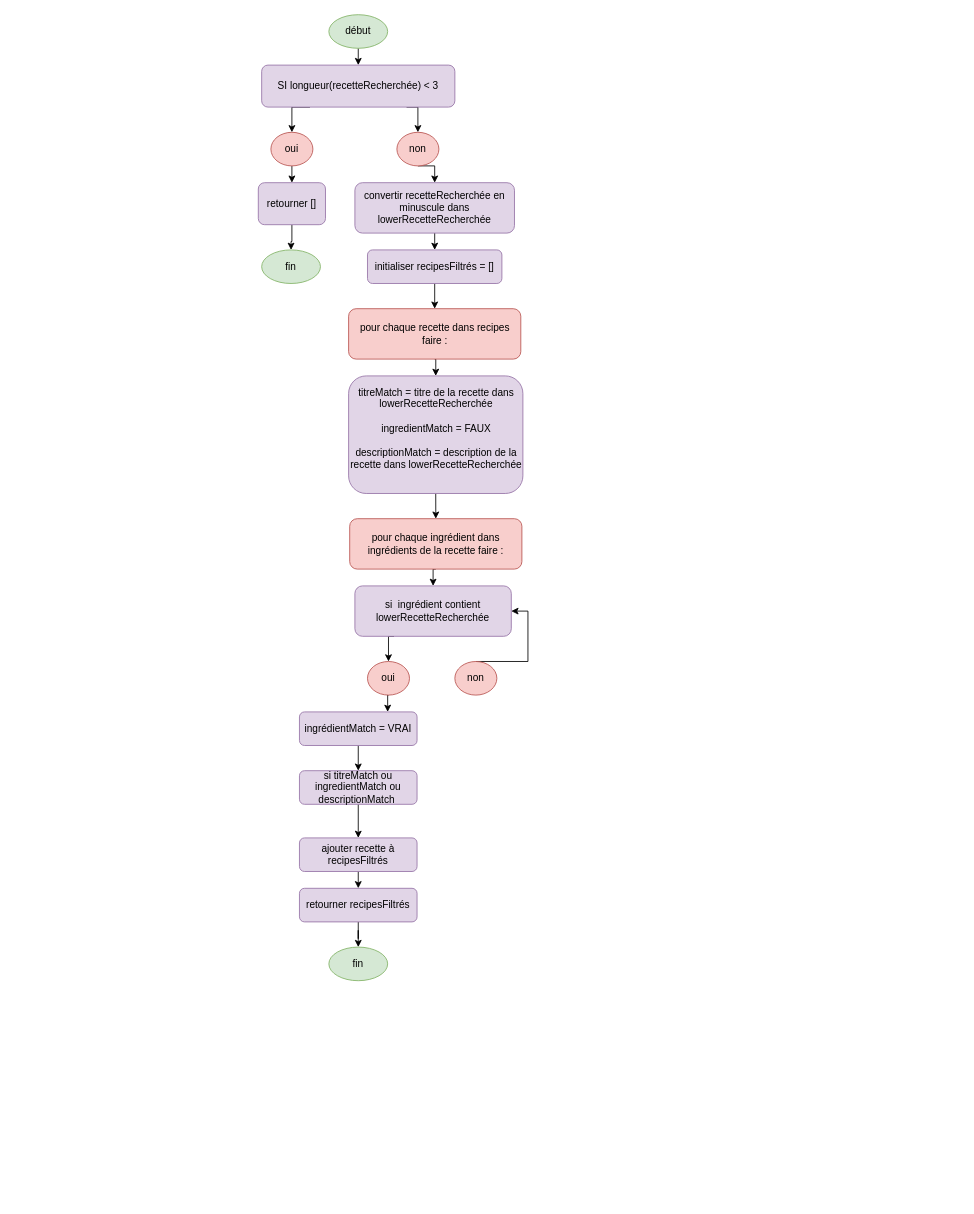
uu-0/lespetitsplats keeps this draw.io diagram as algorigrammes/rechercher_recette_boucles_natives.drawio. Above is the earlier version. Source tidied: cells renumbered, new cells numbered last; positions are measured from the earlier drawing's top-left corner, leaving out a move shared by most shapes. Both pictures are drawn from the tidied source at 84%, with x=0, y=0 at pixel (258, 14).
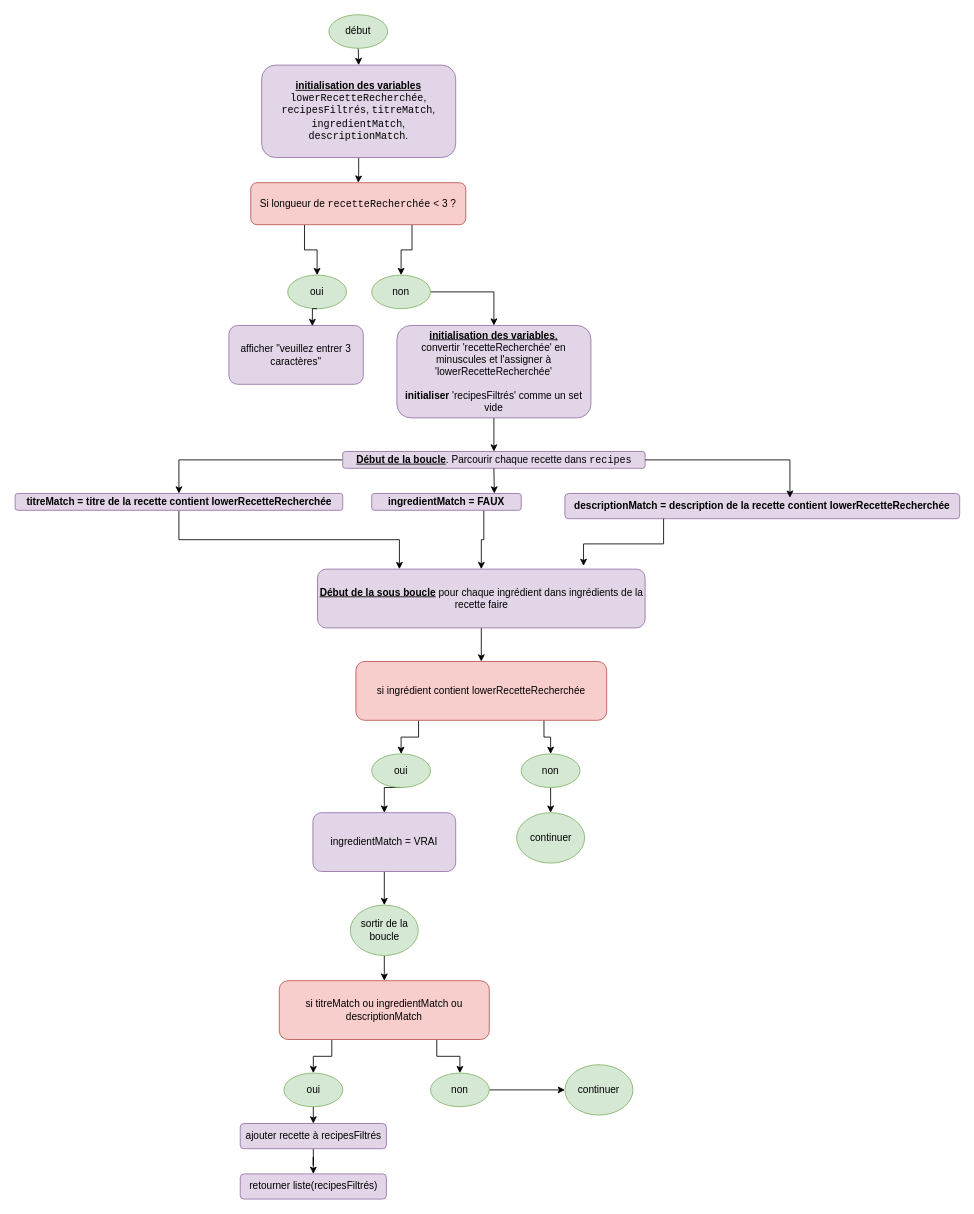
The same diagram, later.

Commit message:
étape 3: faire un algorigramme pour chacune des propositions #3

Diff of the diagram source:
```diff
@@
-    <mxCell id="4" style="edgeStyle=orthogonalEdgeStyle;rounded=0;jettySize=auto;html=1;exitX=0.25;exitY=1;exitDx=0;exitDy=0;entryX=0.5;entryY=0;entryDx=0;entryDy=0;" parent="1" edge="1" source="6" target="8">
-      <mxGeometry relative="1" as="geometry" />
-    </mxCell>
-    <mxCell id="5" style="edgeStyle=orthogonalEdgeStyle;rounded=0;jettySize=auto;html=1;exitX=0.75;exitY=1;exitDx=0;exitDy=0;entryX=0.5;entryY=0;entryDx=0;entryDy=0;" parent="1" edge="1" source="6" target="10">
-      <mxGeometry relative="1" as="geometry" />
-    </mxCell>
+    <mxCell id="39" style="edgeStyle=orthogonalEdgeStyle;rounded=0;jettySize=auto;html=1;" parent="1" edge="1" source="6" target="42">
+      <mxGeometry relative="1" as="geometry" />
+    </mxCell>
-    <mxCell id="6" value="SI longueur(recetteRecherchée) &amp;lt; 3" style="rounded=1;whiteSpace=wrap;html=1;fillColor=#e1d5e7;strokeColor=#9673a6;" parent="1" vertex="1">
-      <mxGeometry x="4" y="60" width="230" height="50" as="geometry" />
+    <mxCell id="6" value="&lt;b&gt;&lt;u&gt;initialisation des variables&lt;/u&gt;&lt;/b&gt; &lt;code&gt;lowerRecetteRecherchée&lt;/code&gt;, &lt;code&gt;recipesFiltrés&lt;/code&gt;, &lt;code&gt;titreMatch&lt;/code&gt;, &lt;code&gt;ingredientMatch&lt;/code&gt;, &lt;code&gt;descriptionMatch&lt;/code&gt;." style="rounded=1;whiteSpace=wrap;html=1;fillColor=#e1d5e7;strokeColor=#9673a6;" parent="1" vertex="1">
+      <mxGeometry x="4" y="60" width="231" height="110" as="geometry" />
     </mxCell>
-    <mxCell id="7" style="edgeStyle=orthogonalEdgeStyle;rounded=0;jettySize=auto;html=1;exitX=0.5;exitY=1;exitDx=0;exitDy=0;entryX=0.5;entryY=0;entryDx=0;entryDy=0;" parent="1" edge="1" source="8" target="12">
-      <mxGeometry relative="1" as="geometry" />
-    </mxCell>
-    <mxCell id="8" value="oui" style="ellipse;whiteSpace=wrap;html=1;fillColor=#f8cecc;strokeColor=#b85450;" parent="1" vertex="1">
-      <mxGeometry x="15" y="140" width="50" height="40" as="geometry" />
-    </mxCell>
-    <mxCell id="9" style="edgeStyle=orthogonalEdgeStyle;rounded=0;jettySize=auto;html=1;exitX=0.5;exitY=1;exitDx=0;exitDy=0;entryX=0.5;entryY=0;entryDx=0;entryDy=0;" parent="1" edge="1" source="10" target="15">
-      <mxGeometry relative="1" as="geometry" />
-    </mxCell>
-    <mxCell id="10" value="non" style="ellipse;whiteSpace=wrap;html=1;fillColor=#f8cecc;strokeColor=#b85450;" parent="1" vertex="1">
-      <mxGeometry x="165" y="140" width="50" height="40" as="geometry" />
-    </mxCell>
-    <mxCell id="11" style="edgeStyle=orthogonalEdgeStyle;rounded=0;jettySize=auto;html=1;" parent="1" edge="1" source="12" target="13">
-      <mxGeometry relative="1" as="geometry" />
-    </mxCell>
-    <mxCell id="12" value="retourner []" style="rounded=1;whiteSpace=wrap;html=1;fillColor=#e1d5e7;strokeColor=#9673a6;" parent="1" vertex="1">
-      <mxGeometry y="200" width="80" height="50" as="geometry" />
-    </mxCell>
-    <mxCell id="13" value="fin" style="ellipse;whiteSpace=wrap;html=1;fillColor=#d5e8d4;strokeColor=#82b366;" parent="1" vertex="1">
-      <mxGeometry x="4" y="280" width="70" height="40" as="geometry" />
-    </mxCell>
-    <mxCell id="14" style="edgeStyle=orthogonalEdgeStyle;rounded=0;jettySize=auto;html=1;exitX=0.5;exitY=1;exitDx=0;exitDy=0;entryX=0.5;entryY=0;entryDx=0;entryDy=0;" parent="1" edge="1" source="15" target="17">
-      <mxGeometry relative="1" as="geometry" />
-    </mxCell>
-    <mxCell id="15" value="convertir recetteRecherchée en minuscule dans lowerRecetteRecherchée" style="rounded=1;whiteSpace=wrap;html=1;fillColor=#e1d5e7;strokeColor=#9673a6;" parent="1" vertex="1">
-      <mxGeometry x="115" y="200" width="190" height="60" as="geometry" />
-    </mxCell>
-    <mxCell id="16" style="edgeStyle=orthogonalEdgeStyle;rounded=0;jettySize=auto;html=1;exitX=0.5;exitY=1;exitDx=0;exitDy=0;entryX=0.5;entryY=0;entryDx=0;entryDy=0;" parent="1" edge="1" source="17" target="19">
-      <mxGeometry relative="1" as="geometry" />
-    </mxCell>
-    <mxCell id="17" value="initialiser recipesFiltrés = []" style="rounded=1;whiteSpace=wrap;html=1;fillColor=#e1d5e7;strokeColor=#9673a6;" parent="1" vertex="1">
-      <mxGeometry x="130" y="280" width="160" height="40" as="geometry" />
-    </mxCell>
-    <mxCell id="18" style="edgeStyle=orthogonalEdgeStyle;rounded=0;jettySize=auto;html=1;exitX=0.5;exitY=1;exitDx=0;exitDy=0;entryX=0.5;entryY=0;entryDx=0;entryDy=0;" parent="1" edge="1" source="19" target="21">
-      <mxGeometry relative="1" as="geometry" />
-    </mxCell>
-    <mxCell id="19" value="pour chaque recette dans recipes faire :" style="rounded=1;whiteSpace=wrap;html=1;fillColor=#f8cecc;strokeColor=#b85450;" parent="1" vertex="1">
-      <mxGeometry x="107.5" y="350" width="205" height="60" as="geometry" />
-    </mxCell>
-    <mxCell id="20" style="edgeStyle=orthogonalEdgeStyle;rounded=0;jettySize=auto;html=1;exitX=0.5;exitY=1;exitDx=0;exitDy=0;entryX=0.5;entryY=0;entryDx=0;entryDy=0;" parent="1" edge="1" source="21" target="23">
-      <mxGeometry relative="1" as="geometry" />
-    </mxCell>
-    <mxCell id="21" value="titreMatch = titre de la recette dans lowerRecetteRecherchée&lt;div&gt;&lt;br&gt;&lt;div&gt;ingredientMatch = FAUX&lt;/div&gt;&lt;div&gt;&lt;br&gt;&lt;/div&gt;&lt;div&gt;descriptionMatch = description de la recette dans lowerRecetteRecherchée&lt;/div&gt;&lt;div&gt;&lt;br&gt;&lt;/div&gt;&lt;/div&gt;" style="rounded=1;whiteSpace=wrap;html=1;fillColor=#e1d5e7;strokeColor=#9673a6;" parent="1" vertex="1">
-      <mxGeometry x="107.5" y="430" width="207.5" height="140" as="geometry" />
-    </mxCell>
-    <mxCell id="22" style="edgeStyle=orthogonalEdgeStyle;rounded=0;jettySize=auto;html=1;exitX=0.5;exitY=1;exitDx=0;exitDy=0;entryX=0.5;entryY=0;entryDx=0;entryDy=0;" parent="1" edge="1" source="23" target="25">
-      <mxGeometry relative="1" as="geometry" />
-    </mxCell>
-    <mxCell id="23" value="pour chaque ingrédient dans ingrédients de la recette faire :" style="rounded=1;whiteSpace=wrap;html=1;fillColor=#f8cecc;strokeColor=#b85450;" parent="1" vertex="1">
-      <mxGeometry x="108.8" y="600" width="205" height="60" as="geometry" />
-    </mxCell>
-    <mxCell id="24" style="edgeStyle=orthogonalEdgeStyle;rounded=0;jettySize=auto;html=1;exitX=0.25;exitY=1;exitDx=0;exitDy=0;entryX=0.5;entryY=0;entryDx=0;entryDy=0;" parent="1" edge="1" source="25" target="27">
-      <mxGeometry relative="1" as="geometry" />
-    </mxCell>
+    <mxCell id="40" style="edgeStyle=orthogonalEdgeStyle;rounded=0;jettySize=auto;html=1;exitX=0.25;exitY=1;exitDx=0;exitDy=0;entryX=0.5;entryY=0;entryDx=0;entryDy=0;" parent="1" edge="1" source="42" target="43">
+      <mxGeometry relative="1" as="geometry" />
+    </mxCell>
+    <mxCell id="41" style="edgeStyle=orthogonalEdgeStyle;rounded=0;jettySize=auto;html=1;exitX=0.75;exitY=1;exitDx=0;exitDy=0;entryX=0.5;entryY=0;entryDx=0;entryDy=0;" parent="1" edge="1" source="42" target="45">
+      <mxGeometry relative="1" as="geometry" />
+    </mxCell>
+    <mxCell id="42" value="Si longueur de &lt;code&gt;recetteRecherchée&lt;/code&gt; &amp;lt; 3 ?" style="rounded=1;whiteSpace=wrap;html=1;fillColor=#f8cecc;strokeColor=#b85450;" parent="1" vertex="1">
+      <mxGeometry x="-9" y="200" width="256" height="50" as="geometry" />
+    </mxCell>
+    <mxCell id="43" value="oui" style="ellipse;whiteSpace=wrap;html=1;fillColor=#d5e8d4;strokeColor=#82b366;" parent="1" vertex="1">
+      <mxGeometry x="35" y="310" width="70" height="40" as="geometry" />
+    </mxCell>
+    <mxCell id="44" style="edgeStyle=orthogonalEdgeStyle;rounded=0;jettySize=auto;html=1;exitX=1;exitY=0.5;exitDx=0;exitDy=0;entryX=0.5;entryY=0;entryDx=0;entryDy=0;" parent="1" edge="1" source="45" target="49">
+      <mxGeometry relative="1" as="geometry" />
+    </mxCell>
+    <mxCell id="45" value="non" style="ellipse;whiteSpace=wrap;html=1;fillColor=#d5e8d4;strokeColor=#82b366;" parent="1" vertex="1">
+      <mxGeometry x="135" y="310" width="70" height="40" as="geometry" />
+    </mxCell>
+    <mxCell id="46" value="afficher &quot;veuillez entrer 3 caractères&quot;" style="rounded=1;whiteSpace=wrap;html=1;fillColor=#e1d5e7;strokeColor=#9673a6;" parent="1" vertex="1">
+      <mxGeometry x="-35" y="370" width="160" height="70" as="geometry" />
+    </mxCell>
+    <mxCell id="47" style="edgeStyle=orthogonalEdgeStyle;rounded=0;jettySize=auto;html=1;exitX=0.5;exitY=1;exitDx=0;exitDy=0;entryX=0.621;entryY=0.01;entryDx=0;entryDy=0;entryPerimeter=0;" parent="1" edge="1" source="43" target="46">
+      <mxGeometry relative="1" as="geometry" />
+    </mxCell>
+    <mxCell id="48" style="edgeStyle=orthogonalEdgeStyle;rounded=0;jettySize=auto;html=1;exitX=0.5;exitY=1;exitDx=0;exitDy=0;entryX=0.5;entryY=0;entryDx=0;entryDy=0;" parent="1" edge="1" source="49" target="51">
+      <mxGeometry relative="1" as="geometry" />
+    </mxCell>
+    <mxCell id="49" value="&lt;u&gt;&lt;b&gt;initialisation des variables&lt;/b&gt;,&lt;/u&gt;&lt;div&gt;&lt;div&gt;convertir 'recetteRecherchée' en minuscules et l'assigner à 'lowerRecetteRecherchée'&lt;/div&gt;&lt;div&gt;&lt;br&gt;&lt;/div&gt;&lt;div&gt;&lt;b&gt;initialiser &lt;/b&gt;'recipesFiltrés' comme un set vide&lt;/div&gt;&lt;/div&gt;" style="rounded=1;whiteSpace=wrap;html=1;fillColor=#e1d5e7;strokeColor=#9673a6;" parent="1" vertex="1">
+      <mxGeometry x="165" y="370" width="231" height="110" as="geometry" />
+    </mxCell>
+    <mxCell id="50" style="edgeStyle=orthogonalEdgeStyle;rounded=0;jettySize=auto;html=1;exitX=0;exitY=0.5;exitDx=0;exitDy=0;entryX=0.5;entryY=0;entryDx=0;entryDy=0;" parent="1" edge="1" source="51" target="53">
+      <mxGeometry relative="1" as="geometry" />
+    </mxCell>
+    <mxCell id="51" value="&lt;span style=&quot;text-align: left;&quot;&gt;&lt;b&gt;&lt;u&gt;Début de la boucle&lt;/u&gt;&lt;/b&gt;. Parcourir chaque recette dans&amp;nbsp;&lt;/span&gt;&lt;code style=&quot;text-align: left;&quot;&gt;recipes&lt;/code&gt;" style="rounded=1;whiteSpace=wrap;html=1;fillColor=#e1d5e7;strokeColor=#9673a6;" parent="1" vertex="1">
+      <mxGeometry x="100.5" y="520" width="360" height="20" as="geometry" />
+    </mxCell>
+    <mxCell id="52" style="edgeStyle=orthogonalEdgeStyle;rounded=0;jettySize=auto;html=1;exitX=0.5;exitY=1;exitDx=0;exitDy=0;entryX=0.25;entryY=0;entryDx=0;entryDy=0;" parent="1" edge="1" source="53" target="60">
+      <mxGeometry relative="1" as="geometry" />
+    </mxCell>
+    <mxCell id="53" value="&lt;div&gt;&lt;b&gt;titreMatch = titre de la recette contient lowerRecetteRecherchée&lt;/b&gt;&lt;/div&gt;" style="rounded=1;whiteSpace=wrap;html=1;fillColor=#e1d5e7;strokeColor=#9673a6;" parent="1" vertex="1">
+      <mxGeometry x="-289.5" y="570" width="390" height="20" as="geometry" />
+    </mxCell>
+    <mxCell id="54" style="edgeStyle=orthogonalEdgeStyle;rounded=0;jettySize=auto;html=1;exitX=0.75;exitY=1;exitDx=0;exitDy=0;entryX=0.5;entryY=0;entryDx=0;entryDy=0;" parent="1" edge="1" source="55" target="60">
+      <mxGeometry relative="1" as="geometry" />
+    </mxCell>
+    <mxCell id="55" value="&lt;div&gt;&lt;b&gt;ingredientMatch = FAUX&lt;/b&gt;&lt;/div&gt;" style="rounded=1;whiteSpace=wrap;html=1;fillColor=#e1d5e7;strokeColor=#9673a6;" parent="1" vertex="1">
+      <mxGeometry x="135" y="570" width="178" height="20" as="geometry" />
+    </mxCell>
+    <mxCell id="56" value="&lt;div&gt;&lt;b&gt;descriptionMatch = description de la recette contient lowerRecetteRecherchée&lt;/b&gt;&lt;/div&gt;" style="rounded=1;whiteSpace=wrap;html=1;fillColor=#e1d5e7;strokeColor=#9673a6;" parent="1" vertex="1">
+      <mxGeometry x="365" y="570" width="470" height="30" as="geometry" />
+    </mxCell>
+    <mxCell id="57" style="edgeStyle=orthogonalEdgeStyle;rounded=0;jettySize=auto;html=1;exitX=0.5;exitY=1;exitDx=0;exitDy=0;entryX=0.82;entryY=0;entryDx=0;entryDy=0;entryPerimeter=0;" parent="1" edge="1" source="51" target="55">
+      <mxGeometry relative="1" as="geometry" />
+    </mxCell>
+    <mxCell id="58" style="edgeStyle=orthogonalEdgeStyle;rounded=0;jettySize=auto;html=1;exitX=1;exitY=0.5;exitDx=0;exitDy=0;entryX=0.57;entryY=0.167;entryDx=0;entryDy=0;entryPerimeter=0;" parent="1" edge="1" source="51" target="56">
+      <mxGeometry relative="1" as="geometry" />
+    </mxCell>
+    <mxCell id="59" style="edgeStyle=orthogonalEdgeStyle;rounded=0;jettySize=auto;html=1;exitX=0.5;exitY=1;exitDx=0;exitDy=0;entryX=0.5;entryY=0;entryDx=0;entryDy=0;" parent="1" edge="1" source="60" target="25">
+      <mxGeometry relative="1" as="geometry" />
+    </mxCell>
+    <mxCell id="60" value="&lt;span style=&quot;text-align: left;&quot;&gt;&lt;u style=&quot;font-weight: bold;&quot;&gt;Début de la sous boucle&lt;/u&gt;&amp;nbsp;pour chaque ingrédient dans ingrédients de la recette faire&lt;/span&gt;" style="rounded=1;whiteSpace=wrap;html=1;fillColor=#e1d5e7;strokeColor=#9673a6;" parent="1" vertex="1">
+      <mxGeometry x="70.5" y="660" width="390" height="70" as="geometry" />
+    </mxCell>
+    <mxCell id="61" style="edgeStyle=orthogonalEdgeStyle;rounded=0;jettySize=auto;html=1;exitX=0.25;exitY=1;exitDx=0;exitDy=0;entryX=0.812;entryY=-0.054;entryDx=0;entryDy=0;entryPerimeter=0;" parent="1" edge="1" source="56" target="60">
+      <mxGeometry relative="1" as="geometry" />
+    </mxCell>
+    <mxCell id="62" style="edgeStyle=orthogonalEdgeStyle;rounded=0;jettySize=auto;html=1;exitX=0.25;exitY=1;exitDx=0;exitDy=0;entryX=0.5;entryY=0;entryDx=0;entryDy=0;" parent="1" edge="1" source="25" target="65">
+      <mxGeometry relative="1" as="geometry" />
+    </mxCell>
+    <mxCell id="63" style="edgeStyle=orthogonalEdgeStyle;rounded=0;jettySize=auto;html=1;exitX=0.75;exitY=1;exitDx=0;exitDy=0;entryX=0.5;entryY=0;entryDx=0;entryDy=0;" parent="1" edge="1" source="25" target="67">
+      <mxGeometry relative="1" as="geometry" />
+    </mxCell>
-    <mxCell id="25" value="si&amp;nbsp; ingrédient contient lowerRecetteRecherchée" style="rounded=1;whiteSpace=wrap;html=1;fillColor=#e1d5e7;strokeColor=#9673a6;" parent="1" vertex="1">
-      <mxGeometry x="115" y="680" width="186.2" height="60" as="geometry" />
+    <mxCell id="25" value="si ingrédient contient lowerRecetteRecherchée" style="rounded=1;whiteSpace=wrap;html=1;fillColor=#f8cecc;strokeColor=#b85450;" parent="1" vertex="1">
+      <mxGeometry x="116.2" y="770" width="298.5" height="70" as="geometry" />
     </mxCell>
-    <mxCell id="26" style="edgeStyle=orthogonalEdgeStyle;rounded=0;jettySize=auto;html=1;exitX=0.5;exitY=1;exitDx=0;exitDy=0;entryX=0.75;entryY=0;entryDx=0;entryDy=0;" parent="1" edge="1" source="27" target="31">
-      <mxGeometry relative="1" as="geometry" />
-    </mxCell>
-    <mxCell id="27" value="oui" style="ellipse;whiteSpace=wrap;html=1;fillColor=#f8cecc;strokeColor=#b85450;" parent="1" vertex="1">
-      <mxGeometry x="130" y="770" width="50" height="40" as="geometry" />
-    </mxCell>
-    <mxCell id="28" style="edgeStyle=orthogonalEdgeStyle;rounded=0;jettySize=auto;html=1;entryX=1;entryY=0.5;entryDx=0;entryDy=0;" parent="1" edge="1" source="29" target="25">
-      <mxGeometry relative="1" as="geometry">
-        <Array as="points">
-          <mxPoint x="321" y="770" />
-          <mxPoint x="321" y="710" />
-        </Array>
-      </mxGeometry>
-    </mxCell>
-    <mxCell id="29" value="non" style="ellipse;whiteSpace=wrap;html=1;fillColor=#f8cecc;strokeColor=#b85450;" parent="1" vertex="1">
-      <mxGeometry x="234" y="770" width="50" height="40" as="geometry" />
-    </mxCell>
-    <mxCell id="30" style="edgeStyle=orthogonalEdgeStyle;rounded=0;jettySize=auto;html=1;exitX=0.5;exitY=1;exitDx=0;exitDy=0;entryX=0.5;entryY=0;entryDx=0;entryDy=0;" parent="1" edge="1" source="31" target="33">
-      <mxGeometry relative="1" as="geometry" />
-    </mxCell>
-    <mxCell id="31" value="ingrédientMatch = VRAI" style="rounded=1;whiteSpace=wrap;html=1;fillColor=#e1d5e7;strokeColor=#9673a6;" parent="1" vertex="1">
-      <mxGeometry x="49" y="830" width="140" height="40" as="geometry" />
-    </mxCell>
-    <mxCell id="32" style="edgeStyle=orthogonalEdgeStyle;rounded=0;jettySize=auto;html=1;exitX=0.5;exitY=1;exitDx=0;exitDy=0;entryX=0.5;entryY=0;entryDx=0;entryDy=0;" parent="1" edge="1" source="33" target="35">
-      <mxGeometry relative="1" as="geometry" />
-    </mxCell>
+    <mxCell id="64" style="edgeStyle=orthogonalEdgeStyle;rounded=0;jettySize=auto;html=1;exitX=0.5;exitY=1;exitDx=0;exitDy=0;entryX=0.5;entryY=0;entryDx=0;entryDy=0;" parent="1" edge="1" source="65" target="69">
+      <mxGeometry relative="1" as="geometry" />
+    </mxCell>
+    <mxCell id="65" value="oui" style="ellipse;whiteSpace=wrap;html=1;fillColor=#d5e8d4;strokeColor=#82b366;" parent="1" vertex="1">
+      <mxGeometry x="135" y="880" width="70" height="40" as="geometry" />
+    </mxCell>
+    <mxCell id="66" style="edgeStyle=orthogonalEdgeStyle;rounded=0;jettySize=auto;html=1;exitX=0.5;exitY=1;exitDx=0;exitDy=0;entryX=0.5;entryY=0;entryDx=0;entryDy=0;" parent="1" edge="1" source="67" target="72">
+      <mxGeometry relative="1" as="geometry" />
+    </mxCell>
+    <mxCell id="67" value="non" style="ellipse;whiteSpace=wrap;html=1;fillColor=#d5e8d4;strokeColor=#82b366;" parent="1" vertex="1">
+      <mxGeometry x="313" y="880" width="70" height="40" as="geometry" />
+    </mxCell>
+    <mxCell id="68" style="edgeStyle=orthogonalEdgeStyle;rounded=0;jettySize=auto;html=1;exitX=0.5;exitY=1;exitDx=0;exitDy=0;entryX=0.5;entryY=0;entryDx=0;entryDy=0;" parent="1" edge="1" source="69" target="71">
+      <mxGeometry relative="1" as="geometry" />
+    </mxCell>
+    <mxCell id="69" value="&lt;div style=&quot;text-align: left;&quot;&gt;&lt;span style=&quot;background-color: initial;&quot;&gt;ingredientMatch = VRAI&lt;/span&gt;&lt;/div&gt;" style="rounded=1;whiteSpace=wrap;html=1;fillColor=#e1d5e7;strokeColor=#9673a6;" parent="1" vertex="1">
+      <mxGeometry x="65" y="950" width="170" height="70" as="geometry" />
+    </mxCell>
+    <mxCell id="70" style="edgeStyle=orthogonalEdgeStyle;rounded=0;jettySize=auto;html=1;exitX=0.5;exitY=1;exitDx=0;exitDy=0;entryX=0.5;entryY=0;entryDx=0;entryDy=0;" parent="1" edge="1" source="71" target="33">
+      <mxGeometry relative="1" as="geometry" />
+    </mxCell>
+    <mxCell id="71" value="sortir de la boucle" style="ellipse;whiteSpace=wrap;html=1;fillColor=#d5e8d4;strokeColor=#82b366;" parent="1" vertex="1">
+      <mxGeometry x="109.5" y="1060" width="81" height="60" as="geometry" />
+    </mxCell>
+    <mxCell id="72" value="continuer" style="ellipse;whiteSpace=wrap;html=1;fillColor=#d5e8d4;strokeColor=#82b366;" parent="1" vertex="1">
+      <mxGeometry x="307.5" y="950" width="81" height="60" as="geometry" />
+    </mxCell>
+    <mxCell id="73" style="edgeStyle=orthogonalEdgeStyle;rounded=0;jettySize=auto;html=1;exitX=0.75;exitY=1;exitDx=0;exitDy=0;entryX=0.5;entryY=0;entryDx=0;entryDy=0;" parent="1" edge="1" source="33" target="78">
+      <mxGeometry relative="1" as="geometry" />
+    </mxCell>
+    <mxCell id="74" style="edgeStyle=orthogonalEdgeStyle;rounded=0;jettySize=auto;html=1;exitX=0.25;exitY=1;exitDx=0;exitDy=0;entryX=0.5;entryY=0;entryDx=0;entryDy=0;" parent="1" edge="1" source="33" target="76">
+      <mxGeometry relative="1" as="geometry" />
+    </mxCell>
-    <mxCell id="33" value="si titreMatch ou ingredientMatch ou descriptionMatch&amp;nbsp;" style="rounded=1;whiteSpace=wrap;html=1;fillColor=#e1d5e7;strokeColor=#9673a6;" parent="1" vertex="1">
-      <mxGeometry x="49" y="900" width="140" height="40" as="geometry" />
+    <mxCell id="33" value="&lt;div style=&quot;&quot;&gt;&lt;span style=&quot;background-color: initial;&quot;&gt;si titreMatch ou ingredientMatch ou descriptionMatch&lt;/span&gt;&lt;/div&gt;" style="rounded=1;whiteSpace=wrap;html=1;fillColor=#f8cecc;strokeColor=#b85450;align=center;" parent="1" vertex="1">
+      <mxGeometry x="25" y="1150" width="250" height="70" as="geometry" />
     </mxCell>
-    <mxCell id="34" style="edgeStyle=orthogonalEdgeStyle;rounded=0;jettySize=auto;html=1;exitX=0.5;exitY=1;exitDx=0;exitDy=0;entryX=0.5;entryY=0;entryDx=0;entryDy=0;" parent="1" edge="1" source="35" target="37">
-      <mxGeometry relative="1" as="geometry" />
-    </mxCell>
+    <mxCell id="75" style="edgeStyle=orthogonalEdgeStyle;rounded=0;jettySize=auto;html=1;exitX=0.5;exitY=1;exitDx=0;exitDy=0;entryX=0.5;entryY=0;entryDx=0;entryDy=0;" parent="1" edge="1" source="76" target="35">
+      <mxGeometry relative="1" as="geometry" />
+    </mxCell>
+    <mxCell id="76" value="oui" style="ellipse;whiteSpace=wrap;html=1;fillColor=#d5e8d4;strokeColor=#82b366;" parent="1" vertex="1">
+      <mxGeometry x="30.5" y="1260" width="70" height="40" as="geometry" />
+    </mxCell>
+    <mxCell id="77" style="edgeStyle=orthogonalEdgeStyle;rounded=0;jettySize=auto;html=1;exitX=1;exitY=0.5;exitDx=0;exitDy=0;entryX=0;entryY=0.5;entryDx=0;entryDy=0;" parent="1" edge="1" source="78" target="79">
+      <mxGeometry relative="1" as="geometry" />
+    </mxCell>
+    <mxCell id="78" value="non" style="ellipse;whiteSpace=wrap;html=1;fillColor=#d5e8d4;strokeColor=#82b366;" parent="1" vertex="1">
+      <mxGeometry x="205" y="1260" width="70" height="40" as="geometry" />
+    </mxCell>
+    <mxCell id="79" value="continuer" style="ellipse;whiteSpace=wrap;html=1;fillColor=#d5e8d4;strokeColor=#82b366;" parent="1" vertex="1">
+      <mxGeometry x="365" y="1250" width="81" height="60" as="geometry" />
+    </mxCell>
+    <mxCell id="80" style="edgeStyle=orthogonalEdgeStyle;rounded=0;jettySize=auto;html=1;entryX=0.5;entryY=0;entryDx=0;entryDy=0;" parent="1" edge="1" source="35" target="81">
+      <mxGeometry relative="1" as="geometry" />
+    </mxCell>
-    <mxCell id="35" value="ajouter recette à recipesFiltrés" style="rounded=1;whiteSpace=wrap;html=1;fillColor=#e1d5e7;strokeColor=#9673a6;" parent="1" vertex="1">
-      <mxGeometry x="49" y="980" width="140" height="40" as="geometry" />
+    <mxCell id="35" value="&lt;div style=&quot;text-align: left;&quot;&gt;&lt;span style=&quot;background-color: initial;&quot;&gt;ajouter recette à recipesFiltrés&lt;/span&gt;&lt;/div&gt;" style="rounded=1;whiteSpace=wrap;html=1;fillColor=#e1d5e7;strokeColor=#9673a6;" parent="1" vertex="1">
+      <mxGeometry x="-21.5" y="1320" width="174" height="30" as="geometry" />
     </mxCell>
-    <mxCell id="36" style="edgeStyle=orthogonalEdgeStyle;rounded=0;jettySize=auto;html=1;exitX=0.5;exitY=1;exitDx=0;exitDy=0;" parent="1" edge="1" source="37" target="38">
-      <mxGeometry relative="1" as="geometry" />
-    </mxCell>
-    <mxCell id="37" value="retourner recipesFiltrés" style="rounded=1;whiteSpace=wrap;html=1;fillColor=#e1d5e7;strokeColor=#9673a6;" parent="1" vertex="1">
-      <mxGeometry x="49" y="1040" width="140" height="40" as="geometry" />
-    </mxCell>
-    <mxCell id="38" value="fin" style="ellipse;whiteSpace=wrap;html=1;fillColor=#d5e8d4;strokeColor=#82b366;" parent="1" vertex="1">
-      <mxGeometry x="84" y="1110" width="70" height="40" as="geometry" />
-    </mxCell>
+    <mxCell id="81" value="&lt;div style=&quot;text-align: left;&quot;&gt;&lt;span style=&quot;background-color: initial;&quot;&gt;retourner liste(recipesFiltrés)&lt;/span&gt;&lt;/div&gt;" style="rounded=1;whiteSpace=wrap;html=1;fillColor=#e1d5e7;strokeColor=#9673a6;" parent="1" vertex="1">
+      <mxGeometry x="-21.5" y="1380" width="174" height="30" as="geometry" />
+    </mxCell>
```
